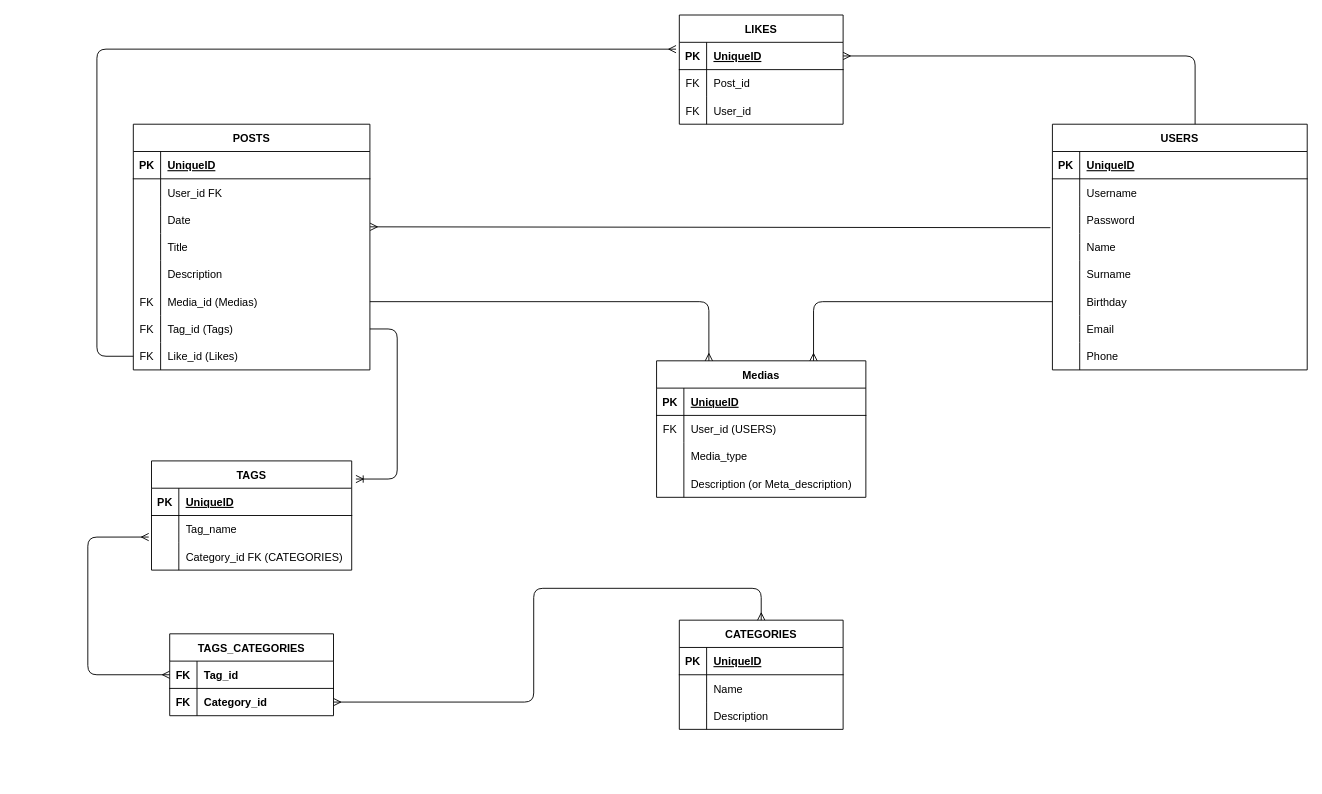
Above: social-platform.drawio in nmorrone/social-platform (draw.io), before the change. Source tidied: cells renumbered, new cells numbered last; positions are measured from the earlier drawing's top-left corner, leaving out a move shared by most shapes. Both pictures are drawn from the tidied source at 91%, with x=0, y=0 at pixel (87, 15).
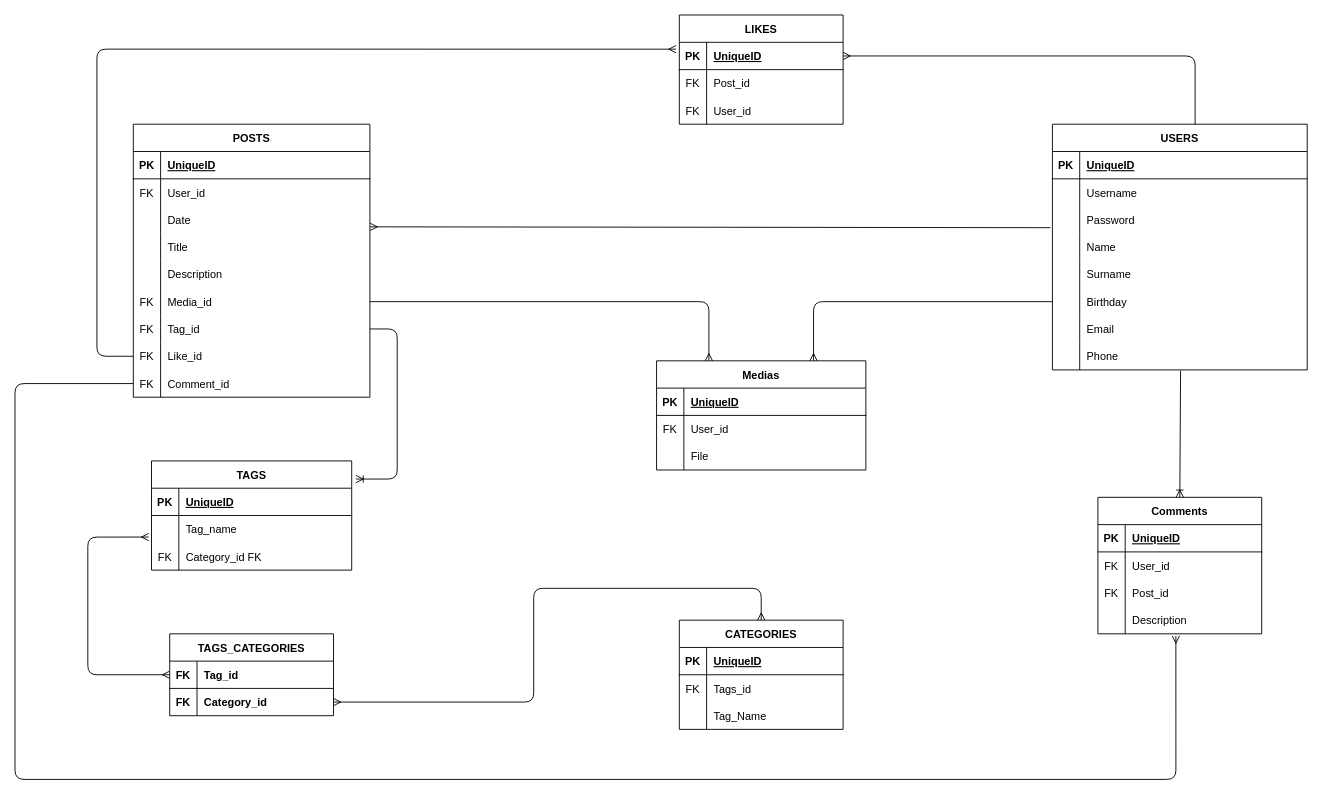
After the change.

The change refers to these unchanged cells:
```xml
<mxCell id="6" style="shape=tableRow;horizontal=0;startSize=0;swimlaneHead=0;swimlaneBody=0;fillColor=none;top=0;left=0;right=0;bottom=0;" parent="2" vertex="1">
  <mxGeometry y="60" width="260" height="30" as="geometry" />
</mxCell>
<mxCell id="18" style="shape=tableRow;horizontal=0;startSize=0;swimlaneHead=0;swimlaneBody=0;fillColor=none;points=[[0,0.5],[1,0.5]];portConstraint=eastwest;top=0;left=0;right=0;bottom=0;" parent="2" vertex="1">
  <mxGeometry y="180" width="260" height="30" as="geometry" />
</mxCell>
<mxCell id="21" style="shape=tableRow;horizontal=0;startSize=0;swimlaneHead=0;swimlaneBody=0;fillColor=none;points=[[0,0.5],[1,0.5]];portConstraint=eastwest;top=0;left=0;right=0;bottom=0;" parent="2" vertex="1">
  <mxGeometry y="210" width="260" height="30" as="geometry" />
</mxCell>
<mxCell id="24" style="shape=tableRow;horizontal=0;startSize=0;swimlaneHead=0;swimlaneBody=0;fillColor=none;points=[[0,0.5],[1,0.5]];portConstraint=eastwest;top=0;left=0;right=0;bottom=0;" parent="2" vertex="1">
  <mxGeometry y="240" width="260" height="30" as="geometry" />
</mxCell>
<mxCell id="49" style="shape=tableRow;horizontal=0;startSize=0;swimlaneHead=0;swimlaneBody=0;fillColor=none;points=[[0,0.5],[1,0.5]];portConstraint=eastwest;top=0;left=0;right=0;bottom=0;" parent="27" vertex="1">
  <mxGeometry y="240" width="280" height="30" as="geometry" />
</mxCell>
<mxCell id="56" style="shape=tableRow;horizontal=0;startSize=0;swimlaneHead=0;swimlaneBody=0;fillColor=none;top=0;left=0;right=0;bottom=0;" parent="52" vertex="1">
  <mxGeometry y="60" width="230" height="30" as="geometry" />
</mxCell>
<mxCell id="59" style="shape=tableRow;horizontal=0;startSize=0;swimlaneHead=0;swimlaneBody=0;fillColor=none;top=0;left=0;right=0;bottom=0;" parent="52" vertex="1">
  <mxGeometry y="90" width="230" height="30" as="geometry" />
</mxCell>
<mxCell id="84" style="shape=tableRow;horizontal=0;startSize=0;swimlaneHead=0;swimlaneBody=0;fillColor=none;points=[[0,0.5],[1,0.5]];portConstraint=eastwest;top=0;left=0;right=0;bottom=0;" parent="77" vertex="1">
  <mxGeometry y="90" width="220" height="30" as="geometry" />
</mxCell>
<mxCell id="87" value="CATEGORIES" style="shape=table;startSize=30;childLayout=tableLayout;rowLines=0;fontStyle=1;align=center;" parent="1" vertex="1">
  <mxGeometry x="650" y="665" width="180" height="120" as="geometry" />
</mxCell>
<mxCell id="91" style="shape=tableRow;horizontal=0;startSize=0;swimlaneHead=0;swimlaneBody=0;fillColor=none;top=0;left=0;right=0;bottom=0;" parent="87" vertex="1">
  <mxGeometry y="60" width="180" height="30" as="geometry" />
</mxCell>
```

Diff of the diagram source:
```diff
@@
     <mxCell id="2" value="POSTS" style="shape=table;startSize=30;childLayout=tableLayout;rowLines=0;fontStyle=1;align=center;" parent="1" vertex="1">
-      <mxGeometry x="50" y="120" width="260" height="270" as="geometry" />
+      <mxGeometry x="50" y="120" width="260" height="300" as="geometry" />
     </mxCell>
@@
-    <mxCell id="7" style="shape=partialRectangle;fillColor=none;top=0;left=0;bottom=0;right=0;overflow=hidden;" parent="6" vertex="1">
+    <mxCell id="7" value="FK" style="shape=partialRectangle;fillColor=none;top=0;left=0;bottom=0;right=0;overflow=hidden;" parent="6" vertex="1">
       <mxGeometry width="30" height="30" as="geometry" />
     </mxCell>
-    <mxCell id="8" value="User_id FK" style="shape=partialRectangle;fillColor=none;top=0;left=0;bottom=0;right=0;align=left;spacingLeft=6;overflow=hidden;" parent="6" vertex="1">
+    <mxCell id="8" value="User_id" style="shape=partialRectangle;fillColor=none;top=0;left=0;bottom=0;right=0;align=left;spacingLeft=6;overflow=hidden;" parent="6" vertex="1">
       <mxGeometry x="30" width="230" height="30" as="geometry" />
     </mxCell>
@@
-    <mxCell id="20" value="Media_id (Medias)" style="shape=partialRectangle;fillColor=none;top=0;left=0;bottom=0;right=0;align=left;spacingLeft=6;overflow=hidden;" parent="18" vertex="1">
+    <mxCell id="20" value="Media_id" style="shape=partialRectangle;fillColor=none;top=0;left=0;bottom=0;right=0;align=left;spacingLeft=6;overflow=hidden;" parent="18" vertex="1">
       <mxGeometry x="30" width="230" height="30" as="geometry" />
     </mxCell>
@@
-    <mxCell id="23" value="Tag_id (Tags)" style="shape=partialRectangle;fillColor=none;top=0;left=0;bottom=0;right=0;align=left;spacingLeft=6;overflow=hidden;" parent="21" vertex="1">
+    <mxCell id="23" value="Tag_id " style="shape=partialRectangle;fillColor=none;top=0;left=0;bottom=0;right=0;align=left;spacingLeft=6;overflow=hidden;" parent="21" vertex="1">
       <mxGeometry x="30" width="230" height="30" as="geometry" />
     </mxCell>
@@
-    <mxCell id="26" value="Like_id (Likes)" style="shape=partialRectangle;fillColor=none;top=0;left=0;bottom=0;right=0;align=left;spacingLeft=6;overflow=hidden;" parent="24" vertex="1">
+    <mxCell id="26" value="Like_id " style="shape=partialRectangle;fillColor=none;top=0;left=0;bottom=0;right=0;align=left;spacingLeft=6;overflow=hidden;" parent="24" vertex="1">
       <mxGeometry x="30" width="230" height="30" as="geometry" />
     </mxCell>
+    <mxCell id="110" style="shape=tableRow;horizontal=0;startSize=0;swimlaneHead=0;swimlaneBody=0;fillColor=none;points=[[0,0.5],[1,0.5]];portConstraint=eastwest;top=0;left=0;right=0;bottom=0;" parent="2" vertex="1">
+      <mxGeometry y="270" width="260" height="30" as="geometry" />
+    </mxCell>
+    <mxCell id="111" value="FK" style="shape=partialRectangle;fillColor=none;top=0;left=0;bottom=0;right=0;overflow=hidden;" parent="110" vertex="1">
+      <mxGeometry width="30" height="30" as="geometry" />
+    </mxCell>
+    <mxCell id="112" value="Comment_id" style="shape=partialRectangle;fillColor=none;top=0;left=0;bottom=0;right=0;align=left;spacingLeft=6;overflow=hidden;" parent="110" vertex="1">
+      <mxGeometry x="30" width="230" height="30" as="geometry" />
+    </mxCell>
@@
     <mxCell id="52" value="Medias" style="shape=table;startSize=30;childLayout=tableLayout;rowLines=0;fontStyle=1;align=center;" parent="1" vertex="1">
-      <mxGeometry x="625" y="380" width="230" height="150" as="geometry" />
+      <mxGeometry x="625" y="380" width="230" height="120" as="geometry" />
     </mxCell>
@@
-    <mxCell id="58" value="User_id (USERS)" style="shape=partialRectangle;fillColor=none;top=0;left=0;bottom=0;right=0;align=left;spacingLeft=6;overflow=hidden;" parent="56" vertex="1">
+    <mxCell id="58" value="User_id " style="shape=partialRectangle;fillColor=none;top=0;left=0;bottom=0;right=0;align=left;spacingLeft=6;overflow=hidden;" parent="56" vertex="1">
       <mxGeometry x="30" width="200" height="30" as="geometry" />
     </mxCell>
@@
-    <mxCell id="61" value="Media_type" style="shape=partialRectangle;fillColor=none;top=0;left=0;bottom=0;right=0;align=left;spacingLeft=6;overflow=hidden;" parent="59" vertex="1">
+    <mxCell id="61" value="File" style="shape=partialRectangle;fillColor=none;top=0;left=0;bottom=0;right=0;align=left;spacingLeft=6;overflow=hidden;" parent="59" vertex="1">
       <mxGeometry x="30" width="200" height="30" as="geometry" />
     </mxCell>
-    <mxCell id="62" style="shape=tableRow;horizontal=0;startSize=0;swimlaneHead=0;swimlaneBody=0;fillColor=none;top=0;left=0;right=0;bottom=0;" parent="52" vertex="1">
-      <mxGeometry y="120" width="230" height="30" as="geometry" />
-    </mxCell>
-    <mxCell id="63" style="shape=partialRectangle;fillColor=none;top=0;left=0;bottom=0;right=0;overflow=hidden;" parent="62" vertex="1">
-      <mxGeometry width="30" height="30" as="geometry" />
-    </mxCell>
-    <mxCell id="64" value="Description (or Meta_description)" style="shape=partialRectangle;fillColor=none;top=0;left=0;bottom=0;right=0;align=left;spacingLeft=6;overflow=hidden;" parent="62" vertex="1">
-      <mxGeometry x="30" width="200" height="30" as="geometry" />
-    </mxCell>
@@
-    <mxCell id="85" style="shape=partialRectangle;fillColor=none;top=0;left=0;bottom=0;right=0;overflow=hidden;" parent="84" vertex="1">
+    <mxCell id="85" value="FK" style="shape=partialRectangle;fillColor=none;top=0;left=0;bottom=0;right=0;overflow=hidden;" parent="84" vertex="1">
       <mxGeometry width="30" height="30" as="geometry" />
     </mxCell>
-    <mxCell id="86" value="Category_id FK (CATEGORIES)" style="shape=partialRectangle;fillColor=none;top=0;left=0;bottom=0;right=0;align=left;spacingLeft=6;overflow=hidden;" parent="84" vertex="1">
+    <mxCell id="86" value="Category_id FK " style="shape=partialRectangle;fillColor=none;top=0;left=0;bottom=0;right=0;align=left;spacingLeft=6;overflow=hidden;" parent="84" vertex="1">
       <mxGeometry x="30" width="190" height="30" as="geometry" />
     </mxCell>
@@
-    <mxCell id="92" style="shape=partialRectangle;fillColor=none;top=0;left=0;bottom=0;right=0;overflow=hidden;" parent="91" vertex="1">
+    <mxCell id="92" value="FK" style="shape=partialRectangle;fillColor=none;top=0;left=0;bottom=0;right=0;overflow=hidden;" parent="91" vertex="1">
       <mxGeometry width="30" height="30" as="geometry" />
     </mxCell>
-    <mxCell id="93" value="Name" style="shape=partialRectangle;fillColor=none;top=0;left=0;bottom=0;right=0;align=left;spacingLeft=6;overflow=hidden;" parent="91" vertex="1">
+    <mxCell id="93" value="Tags_id" style="shape=partialRectangle;fillColor=none;top=0;left=0;bottom=0;right=0;align=left;spacingLeft=6;overflow=hidden;" parent="91" vertex="1">
       <mxGeometry x="30" width="150" height="30" as="geometry" />
     </mxCell>
-    <mxCell id="94" style="shape=tableRow;horizontal=0;startSize=0;swimlaneHead=0;swimlaneBody=0;fillColor=none;top=0;left=0;right=0;bottom=0;" parent="87" vertex="1">
-      <mxGeometry y="90" width="180" height="30" as="geometry" />
-    </mxCell>
-    <mxCell id="95" style="shape=partialRectangle;fillColor=none;top=0;left=0;bottom=0;right=0;overflow=hidden;" parent="94" vertex="1">
-      <mxGeometry width="30" height="30" as="geometry" />
-    </mxCell>
-    <mxCell id="96" value="Description" style="shape=partialRectangle;fillColor=none;top=0;left=0;bottom=0;right=0;align=left;spacingLeft=6;overflow=hidden;" parent="94" vertex="1">
-      <mxGeometry x="30" width="150" height="30" as="geometry" />
-    </mxCell>
+    <mxCell id="113" style="shape=tableRow;horizontal=0;startSize=0;swimlaneHead=0;swimlaneBody=0;fillColor=none;top=0;left=0;right=0;bottom=0;" parent="87" vertex="1">
+      <mxGeometry y="90" width="180" height="30" as="geometry" />
+    </mxCell>
+    <mxCell id="114" style="shape=partialRectangle;fillColor=none;top=0;left=0;bottom=0;right=0;overflow=hidden;" parent="113" vertex="1">
+      <mxGeometry width="30" height="30" as="geometry" />
+    </mxCell>
+    <mxCell id="115" value="Tag_Name" style="shape=partialRectangle;fillColor=none;top=0;left=0;bottom=0;right=0;align=left;spacingLeft=6;overflow=hidden;" parent="113" vertex="1">
+      <mxGeometry x="30" width="150" height="30" as="geometry" />
+    </mxCell>
@@
+    <mxCell id="116" value="Comments" style="shape=table;startSize=30;childLayout=tableLayout;rowLines=0;fontStyle=1;align=center;" parent="1" vertex="1">
+      <mxGeometry x="1110" y="530" width="180" height="150" as="geometry" />
+    </mxCell>
+    <mxCell id="117" style="shape=tableRow;horizontal=0;startSize=0;swimlaneHead=0;swimlaneBody=0;fillColor=none;top=0;left=0;right=0;bottom=1;" parent="116" vertex="1">
+      <mxGeometry y="30" width="180" height="30" as="geometry" />
+    </mxCell>
+    <mxCell id="118" value="PK" style="shape=partialRectangle;fillColor=none;top=0;left=0;bottom=0;right=0;fontStyle=1;overflow=hidden;" parent="117" vertex="1">
+      <mxGeometry width="30" height="30" as="geometry" />
+    </mxCell>
+    <mxCell id="119" value="UniqueID" style="shape=partialRectangle;fillColor=none;top=0;left=0;bottom=0;right=0;align=left;spacingLeft=6;fontStyle=5;overflow=hidden;" parent="117" vertex="1">
+      <mxGeometry x="30" width="150" height="30" as="geometry" />
+    </mxCell>
+    <mxCell id="120" style="shape=tableRow;horizontal=0;startSize=0;swimlaneHead=0;swimlaneBody=0;fillColor=none;top=0;left=0;right=0;bottom=0;" parent="116" vertex="1">
+      <mxGeometry y="60" width="180" height="30" as="geometry" />
+    </mxCell>
+    <mxCell id="121" value="FK" style="shape=partialRectangle;fillColor=none;top=0;left=0;bottom=0;right=0;overflow=hidden;" parent="120" vertex="1">
+      <mxGeometry width="30" height="30" as="geometry" />
+    </mxCell>
+    <mxCell id="122" value="User_id " style="shape=partialRectangle;fillColor=none;top=0;left=0;bottom=0;right=0;align=left;spacingLeft=6;overflow=hidden;" parent="120" vertex="1">
+      <mxGeometry x="30" width="150" height="30" as="geometry" />
+    </mxCell>
+    <mxCell id="123" style="shape=tableRow;horizontal=0;startSize=0;swimlaneHead=0;swimlaneBody=0;fillColor=none;top=0;left=0;right=0;bottom=0;" parent="116" vertex="1">
+      <mxGeometry y="90" width="180" height="30" as="geometry" />
+    </mxCell>
+    <mxCell id="124" value="FK" style="shape=partialRectangle;fillColor=none;top=0;left=0;bottom=0;right=0;overflow=hidden;" parent="123" vertex="1">
+      <mxGeometry width="30" height="30" as="geometry" />
+    </mxCell>
+    <mxCell id="125" value="Post_id" style="shape=partialRectangle;fillColor=none;top=0;left=0;bottom=0;right=0;align=left;spacingLeft=6;overflow=hidden;" parent="123" vertex="1">
+      <mxGeometry x="30" width="150" height="30" as="geometry" />
+    </mxCell>
+    <mxCell id="126" style="shape=tableRow;horizontal=0;startSize=0;swimlaneHead=0;swimlaneBody=0;fillColor=none;points=[[0,0.5],[1,0.5]];portConstraint=eastwest;top=0;left=0;right=0;bottom=0;" parent="116" vertex="1">
+      <mxGeometry y="120" width="180" height="30" as="geometry" />
+    </mxCell>
+    <mxCell id="127" style="shape=partialRectangle;fillColor=none;top=0;left=0;bottom=0;right=0;overflow=hidden;" parent="126" vertex="1">
+      <mxGeometry width="30" height="30" as="geometry" />
+    </mxCell>
+    <mxCell id="96" value="Description" style="shape=partialRectangle;fillColor=none;top=0;left=0;bottom=0;right=0;align=left;spacingLeft=6;overflow=hidden;" parent="126" vertex="1">
+      <mxGeometry x="30" width="150" height="30" as="geometry" />
+    </mxCell>
+    <mxCell id="128" style="edgeStyle=orthogonalEdgeStyle;fontSize=12;html=1;endArrow=ERmany;entryX=0.476;entryY=1.075;entryDx=0;entryDy=0;entryPerimeter=0;" parent="1" edge="1" source="110" target="126">
+      <mxGeometry relative="1" as="geometry">
+        <Array as="points">
+          <mxPoint x="-80" y="405" />
+          <mxPoint x="-80" y="840" />
+          <mxPoint x="1196" y="840" />
+        </Array>
+      </mxGeometry>
+    </mxCell>
+    <mxCell id="129" style="fontSize=12;html=1;endArrow=ERoneToMany;exitX=0.503;exitY=1.033;exitDx=0;exitDy=0;exitPerimeter=0;entryX=0.5;entryY=0;entryDx=0;entryDy=0;" parent="1" edge="1" source="49" target="116">
+      <mxGeometry relative="1" as="geometry" />
+    </mxCell>
```
